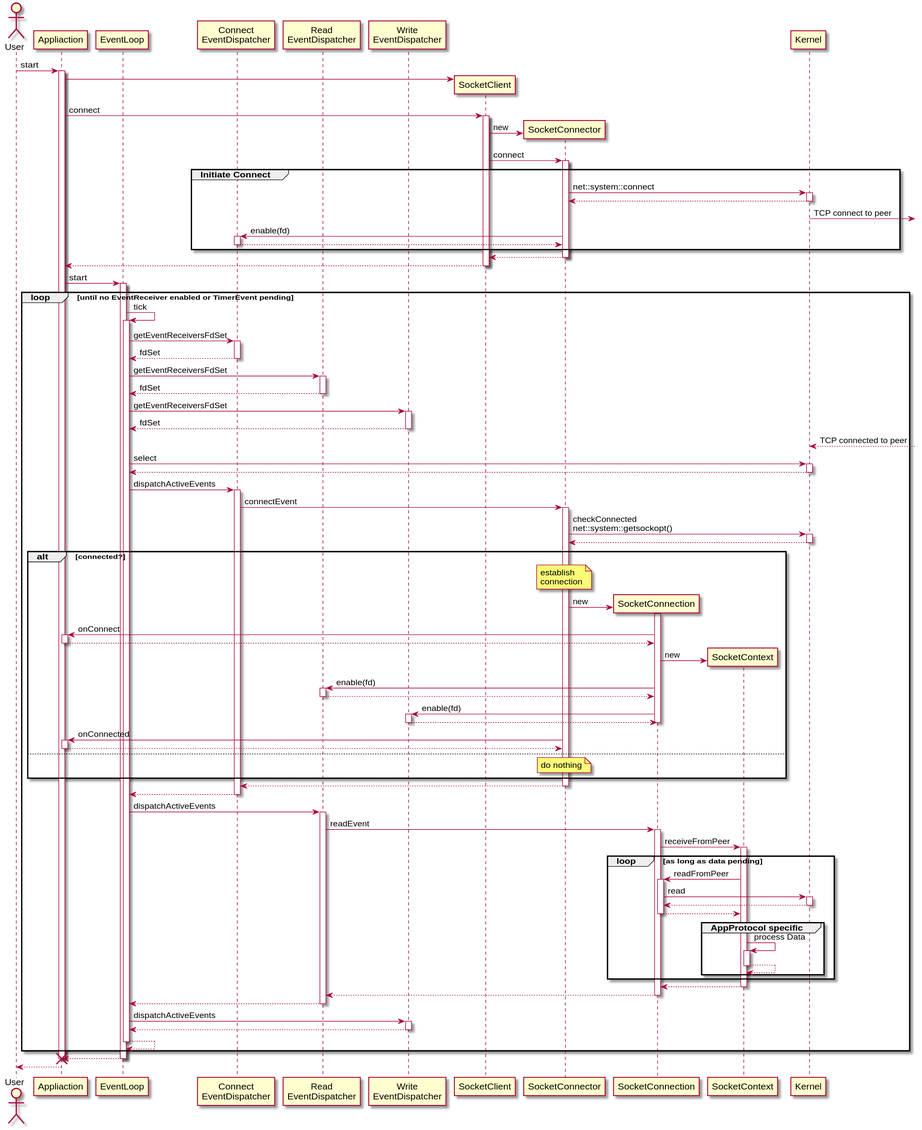
This is html/inline_umlgraph_1.svg from VolkerChristian/snode.c-doc, a PlantUML export, as it was before one commit.
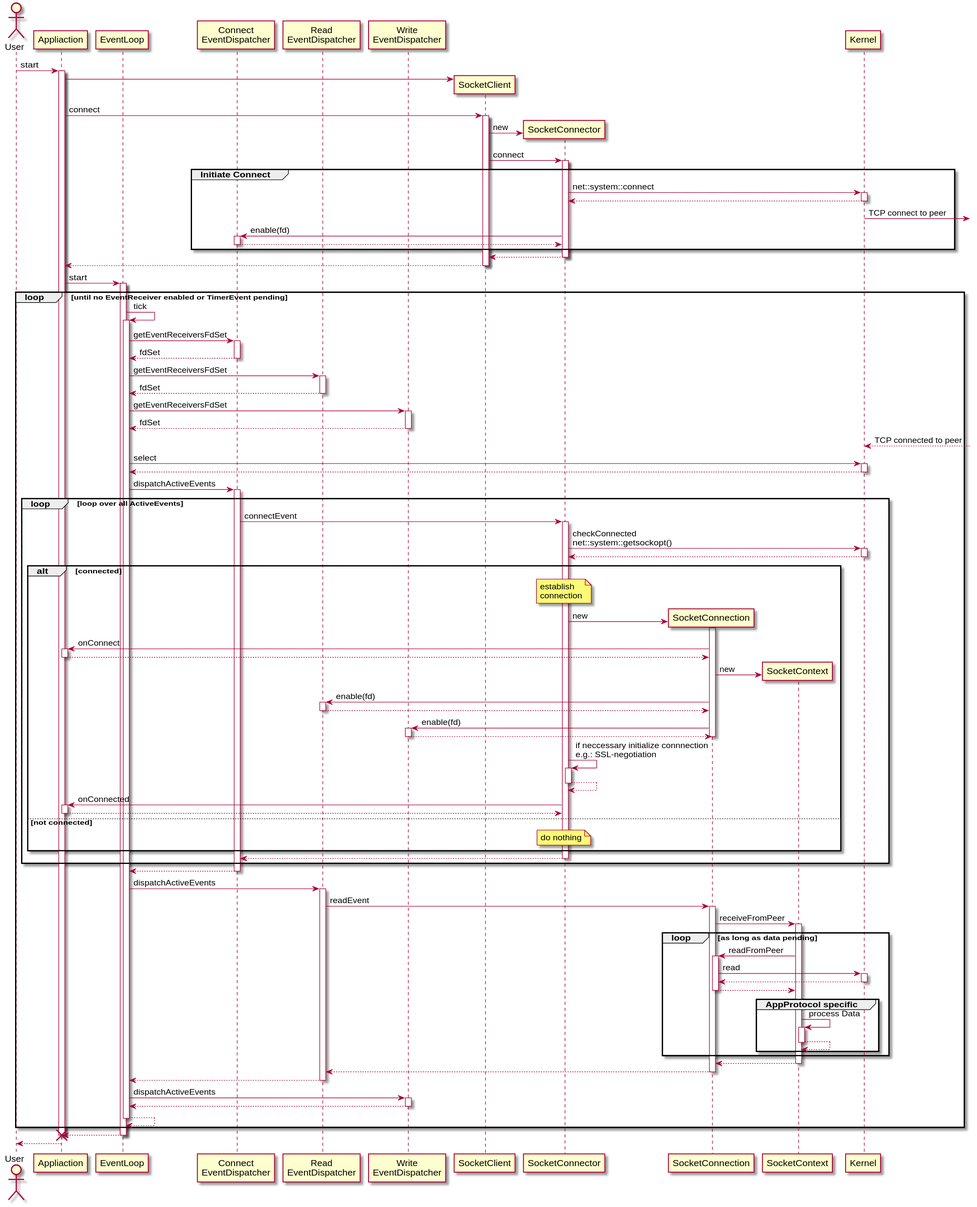
Later version of the same file.

Change to the diagram source:
```diff
@@ -14,76 +14,80 @@
 participant "Kernel" as knl
 
 usr -> app ++ : start
- app -> sc **
- app -> sc ++ : connect
-   sc -> scon ** : new
-     sc -> scon ++ : connect
-     group Initiate Connect
-       scon -> knl ++ : net::system::connect
-       return
-       knl ->] : TCP connect to peer
-       scon -> ced ++ : enable(fd)
-       return
-     end group
-   return
- return
+  app -> sc **
+  app -> sc ++ : connect
+    sc -> scon ** : new
+      sc -> scon ++ : connect
+      group Initiate Connect
+        scon -> knl ++ : net::system::connect
+        return
+        knl ->] : TCP connect to peer
+        scon -> ced ++ : enable(fd)
+        return
+      end group
+    return
+  return
 
- app -> el ++ : start
-   loop until no EventReceiver enabled or TimerEvent pending
-     el -> el ++ : tick
-       el -> ced ++ : getEventReceiversFdSet
-       return fdSet
-       el -> red ++ : getEventReceiversFdSet
-       return fdSet
-       el -> wed ++ : getEventReceiversFdSet
-       return fdSet
-       knl <--] : TCP connected to peer
-       el -> knl ++ : select
-       return
-       el -> ced ++ : dispatchActiveEvents
-         ced -> scon ++ : connectEvent
-           scon -> knl ++ : checkConnected\nnet::system::getsockopt()
-           return
-           alt connected?
-             note over scon : establish\nconnection
-             scon -> sct ** : new
-             activate sct
-             sct -> app ++ : onConnect
-             return
-             sct -> sctx ** : new
-             sct -> red ++ : enable(fd)
-             return
-             sct -> wed ++ : enable(fd)
-             return
-             deactivate sct
-             scon -> app ++ : onConnected
-             return
-           else
-             note over scon : do nothing
-           end
-         return
-       return
-       el -> red ++ : dispatchActiveEvents
-         red -> sct ++ : readEvent
-           sct -> sctx ++ : receiveFromPeer
-             loop as long as data pending
-               sctx-> sct ++ : readFromPeer
-                 sct -> knl ++ : read
-                 return
-               return
-               group AppProtocol specific
-                 sctx -> sctx ++ : process Data
-                 return
-               end
-             end
-           return
-         return
-       return
-       el -> wed ++ : dispatchActiveEvents
-       return
-     return
-   end
- return
-destroy app
+  app -> el ++ : start
+    loop until no EventReceiver enabled or TimerEvent pending
+      el -> el ++ : tick
+        el -> ced ++ : getEventReceiversFdSet
+        return fdSet
+        el -> red ++ : getEventReceiversFdSet
+        return fdSet
+        el -> wed ++ : getEventReceiversFdSet
+        return fdSet
+        knl <--] : TCP connected to peer
+        el -> knl ++ : select
+        return
+        el -> ced ++ : dispatchActiveEvents
+          loop loop over all ActiveEvents
+            ced -> scon ++ : connectEvent
+              scon -> knl ++ : checkConnected\nnet::system::getsockopt()
+              return
+              alt connected
+                note over scon : establish\nconnection
+                scon -> sct ** : new
+                activate sct
+                sct -> app ++ : onConnect
+                return
+                sct -> sctx ** : new
+                sct -> red ++ : enable(fd)
+                return
+                sct -> wed ++ : enable(fd)
+                return
+                deactivate sct
+                scon -> scon ++ : if neccessary initialize connnection\ne.g.: SSL-negotiation
+                return
+                scon -> app ++ : onConnected
+                return
+              else not connected
+                note over scon : do nothing
+              end
+            return
+          end
+        return
+        el -> red ++ : dispatchActiveEvents
+          red -> sct ++ : readEvent
+            sct -> sctx ++ : receiveFromPeer
+              loop as long as data pending
+                sctx-> sct ++ : readFromPeer
+                  sct -> knl ++ : read
+                  return
+                return
+                group AppProtocol specific
+                  sctx -> sctx ++ : process Data
+                  return
+                end
+              end
+            return
+          return
+        return
+        el -> wed ++ : dispatchActiveEvents
+        return
+      return
+    end
+  return
+  destroy app
 return
 @enduml
```
